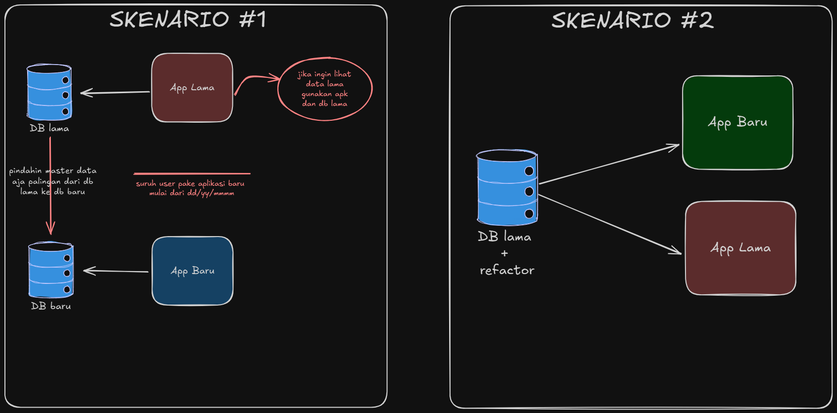
RIOKOWI/software-architecture keeps this Excalidraw diagram as data-migration/data-migration.excalidraw.png. Above is the earlier version. Source tidied: one line per element, renumbered; positions are measured from the earlier drawing's top-left corner, leaving out a move shared by most shapes.
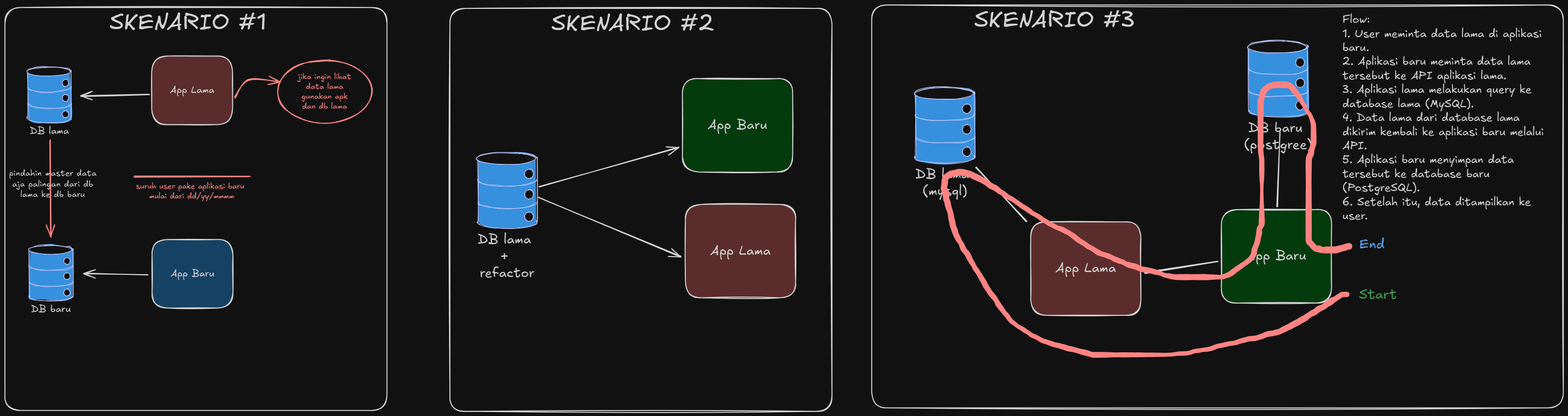
The same file after the commit.

Commit message:
docs(migration data): how to migration data scenario #3

What changed in the source:
```diff
@@ -45,3 +45,32 @@
 {"id": 44, "type": "rectangle", "strokeColor": "#1e1e1e", "backgroundColor": "#ffc9c9", "fillStyle": "solid", "strokeWidth": 2, "roughness": 1, "round": true, "x": 1379, "y": 399, "width": 223, "height": 189}
 {"id": 45, "type": "text", "text": "App Lama", "strokeColor": "#1e1e1e", "strokeWidth": 2, "roughness": 1, "fontSize": 27.24, "fontFamily": 5, "textAlign": "center", "verticalAlign": "middle", "inside": 44, "x": 1430, "y": 476, "width": 123, "height": 34}
 {"id": 46, "type": "arrow", "strokeColor": "#1e1e1e", "strokeWidth": 2, "roughness": 1, "endArrowhead": "arrow", "round": true, "from": 38, "to": 44, "x": 1083, "y": 386, "width": 287, "height": 118, "points": [[0, 0], [287, 118]]}
+{"id": 47, "type": "rectangle", "strokeColor": "#1e1e1e", "backgroundColor": "#b2f2bb", "fillStyle": "solid", "strokeWidth": 2, "roughness": 1, "round": true, "x": 2465, "y": 409, "width": 223, "height": 189}
+{"id": 48, "type": "text", "text": "App Baru", "strokeColor": "#1e1e1e", "strokeWidth": 2, "roughness": 1, "fontSize": 27.24, "fontFamily": 5, "textAlign": "center", "verticalAlign": "middle", "inside": 47, "x": 2517, "y": 487, "width": 121, "height": 34}
+{"id": 49, "type": "line", "strokeColor": "#0a11d3", "backgroundColor": "#228be6", "fillStyle": "solid", "strokeWidth": 1, "roughness": 1, "round": true, "x": 1845, "y": 173, "width": 120, "height": 155, "points": [[0, 0], [0, 117], [0, 131], [6, 136], [28, 141], [64, 143], [99, 140], [117, 134], [120, 130], [120, 119], [120, 10], [119, 0], [111, -6], [95, -10], [58, -12], [28, -11], [5, -5], [0, 0], [0, 0]]}
+{"id": 50, "type": "line", "strokeColor": "#0a11d3", "strokeWidth": 1, "roughness": 1, "round": true, "x": 1846, "y": 262, "width": 120, "height": 13, "points": [[0, 0], [3, 5], [17, 10], [35, 12], [64, 13], [97, 11], [116, 5], [120, -1]]}
+{"id": 51, "type": "line", "strokeColor": "#0a11d3", "strokeWidth": 1, "roughness": 1, "round": true, "x": 1845, "y": 217, "width": 120, "height": 13, "points": [[0, 0], [3, 5], [17, 10], [35, 12], [64, 13], [97, 11], [116, 5], [120, -1]]}
+{"id": 52, "type": "ellipse", "strokeColor": "#0a11d3", "backgroundColor": "#fff", "fillStyle": "solid", "strokeWidth": 1, "roughness": 1, "x": 1843, "y": 162, "width": 119, "height": 24}
+{"id": 53, "type": "ellipse", "strokeColor": "#0a11d3", "backgroundColor": "#fff", "fillStyle": "solid", "strokeWidth": 1, "roughness": 1, "x": 1941, "y": 195, "width": 17, "height": 19}
+{"id": 54, "type": "ellipse", "strokeColor": "#0a11d3", "backgroundColor": "#fff", "fillStyle": "solid", "strokeWidth": 1, "roughness": 1, "x": 1941, "y": 237, "width": 17, "height": 19}
+{"id": 55, "type": "ellipse", "strokeColor": "#0a11d3", "backgroundColor": "#fff", "fillStyle": "solid", "strokeWidth": 1, "roughness": 1, "x": 1941, "y": 282, "width": 17, "height": 19}
+{"id": 56, "type": "text", "text": "DB lama \n(mysql)", "strokeColor": "#1e1e1e", "strokeWidth": 2, "roughness": 1, "fontSize": 27.24, "fontFamily": 5, "textAlign": "center", "x": 1846, "y": 322, "width": 119, "height": 68}
+{"id": 57, "type": "rectangle", "strokeColor": "#1e1e1e", "strokeWidth": 2, "roughness": 1, "round": true, "x": 1757, "y": -5, "width": 1402, "height": 817}
+{"id": 58, "type": "text", "text": "SKENARIO #3", "strokeColor": "#1e1e1e", "backgroundColor": "#a5d8ff", "fillStyle": "solid", "strokeWidth": 2, "roughness": 1, "fontSize": 46.54, "fontFamily": 5, "textAlign": "center", "x": 1965, "y": -2, "width": 326, "height": 58}
+{"id": 59, "type": "rectangle", "strokeColor": "#1e1e1e", "backgroundColor": "#ffc9c9", "fillStyle": "solid", "strokeWidth": 2, "roughness": 1, "round": true, "x": 2079, "y": 434, "width": 223, "height": 189}
+{"id": 60, "type": "text", "text": "App Lama", "strokeColor": "#1e1e1e", "strokeWidth": 2, "roughness": 1, "fontSize": 27.24, "fontFamily": 5, "textAlign": "center", "verticalAlign": "middle", "inside": 59, "x": 2129, "y": 512, "width": 123, "height": 34}
+{"id": 61, "type": "line", "strokeColor": "#0a11d3", "backgroundColor": "#228be6", "fillStyle": "solid", "strokeWidth": 1, "roughness": 1, "round": true, "x": 2521, "y": 79, "width": 120, "height": 155, "points": [[0, 0], [0, 117], [0, 131], [6, 136], [28, 141], [64, 143], [99, 140], [117, 134], [120, 130], [120, 119], [120, 10], [119, 0], [111, -6], [95, -10], [58, -12], [28, -11], [5, -5], [0, 0], [0, 0]]}
+{"id": 62, "type": "line", "strokeColor": "#0a11d3", "strokeWidth": 1, "roughness": 1, "round": true, "x": 2522, "y": 168, "width": 120, "height": 13, "points": [[0, 0], [3, 5], [17, 10], [35, 12], [64, 13], [97, 11], [116, 5], [120, -1]]}
+{"id": 63, "type": "line", "strokeColor": "#0a11d3", "strokeWidth": 1, "roughness": 1, "round": true, "x": 2520, "y": 123, "width": 120, "height": 13, "points": [[0, 0], [3, 5], [17, 10], [35, 12], [64, 13], [97, 11], [116, 5], [120, -1]]}
+{"id": 64, "type": "ellipse", "strokeColor": "#0a11d3", "backgroundColor": "#fff", "fillStyle": "solid", "strokeWidth": 1, "roughness": 1, "x": 2519, "y": 68, "width": 119, "height": 24}
+{"id": 65, "type": "ellipse", "strokeColor": "#0a11d3", "backgroundColor": "#fff", "fillStyle": "solid", "strokeWidth": 1, "roughness": 1, "x": 2616, "y": 102, "width": 17, "height": 19}
+{"id": 66, "type": "ellipse", "strokeColor": "#0a11d3", "backgroundColor": "#fff", "fillStyle": "solid", "strokeWidth": 1, "roughness": 1, "x": 2616, "y": 143, "width": 17, "height": 19}
+{"id": 67, "type": "ellipse", "strokeColor": "#0a11d3", "backgroundColor": "#fff", "fillStyle": "solid", "strokeWidth": 1, "roughness": 1, "x": 2616, "y": 188, "width": 17, "height": 19}
+{"id": 68, "type": "text", "text": "DB baru \n(postgree)", "strokeColor": "#1e1e1e", "strokeWidth": 2, "roughness": 1, "fontSize": 27.24, "fontFamily": 5, "textAlign": "center", "x": 2511, "y": 228, "width": 139, "height": 68}
+{"id": 69, "type": "line", "strokeColor": "#1e1e1e", "backgroundColor": "#ffc9c9", "fillStyle": "solid", "strokeWidth": 2, "roughness": 1, "round": true, "x": 2071, "y": 434, "width": 102, "height": 110, "points": [[0, 0], [-102, -110]]}
+{"id": 70, "type": "line", "strokeColor": "#1e1e1e", "backgroundColor": "#ffc9c9", "fillStyle": "solid", "strokeWidth": 2, "roughness": 1, "round": true, "x": 2458, "y": 514, "width": 148, "height": 25, "points": [[0, 0], [-148, 25]]}
+{"id": 71, "type": "line", "strokeColor": "#1e1e1e", "backgroundColor": "#ffc9c9", "fillStyle": "solid", "strokeWidth": 2, "roughness": 1, "round": true, "x": 2578, "y": 404, "width": 5, "height": 153, "points": [[0, 0], [5, -153]]}
+{"id": 72, "type": "text", "text": "Start", "strokeColor": "#2f9e44", "backgroundColor": "#ffc9c9", "fillStyle": "solid", "strokeWidth": 2, "roughness": 1, "fontSize": 28, "fontFamily": 5, "textAlign": "center", "x": 2745, "y": 565, "width": 77, "height": 35}
+{"id": 73, "type": "text", "text": "End", "strokeColor": "#1971c2", "backgroundColor": "#ffc9c9", "fillStyle": "solid", "strokeWidth": 2, "roughness": 1, "fontSize": 28, "fontFamily": 5, "textAlign": "center", "x": 2745, "y": 463, "width": 51, "height": 35}
+{"id": 74, "type": "freedraw", "strokeColor": "#e03131", "backgroundColor": "#ffc9c9", "fillStyle": "solid", "strokeWidth": 2, "roughness": 1, "x": 2720, "y": 581, "width": 822, "height": 548, "points": [[0, 0], [-60, 32], [-132, 72], [-265, 105], [-418, 122], [-532, 118], [-658, 70], [-735, -25], [-790, -118], [-812, -200], [-788, -248], [-700, -205], [-585, -132], [-478, -75], [-365, -38], [-272, -35], [-188, -82], [-172, -208], [-175, -320], [-170, -410], [-108, -415], [-70, -298], [-78, -203], [-78, -110], [-28, -90]]}
+{"id": 75, "type": "text", "text": "Flow:\n1. User meminta data lama di aplikasi\nbaru.\n2. Aplikasi baru meminta data lama\ntersebut ke API aplikasi lama.\n3. Aplikasi lama melakukan query ke\ndatabase lama (MySQL).\n4. Data lama dari database lama\ndikirim kembali ke aplikasi baru melalui\nAPI.\n5. Aplikasi baru menyimpan data\ntersebut ke database baru\n(PostgreSQL).\n6. Setelah itu, data ditampilkan ke\nuser.", "strokeColor": "#1e1e1e", "backgroundColor": "#ffc9c9", "fillStyle": "solid", "strokeWidth": 2, "roughness": 1, "fontSize": 22.74, "fontFamily": 5, "x": 2711, "y": 11, "width": 426, "height": 426}
```
